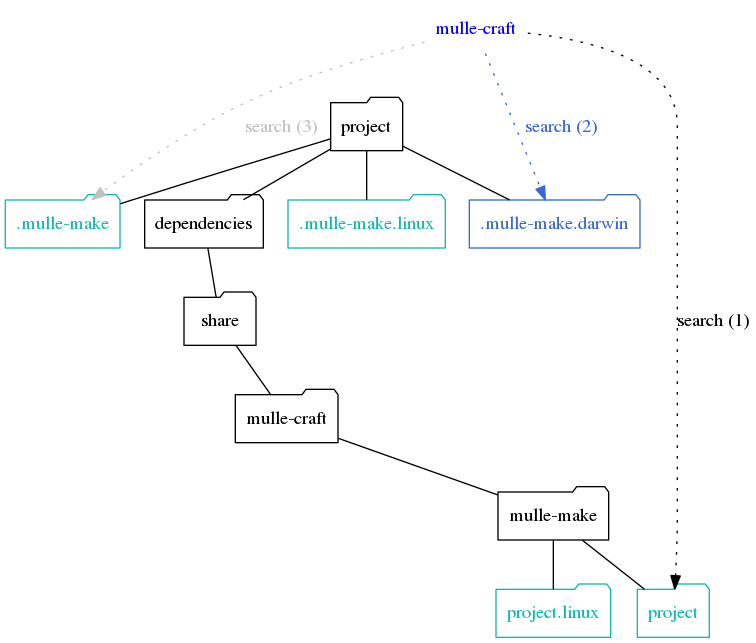
mulle-sde/mulle-craft keeps this Graphviz diagram as dox/searchpath.png. Above is the earlier version. Its source is kept beside it as dox/searchpath.dot.
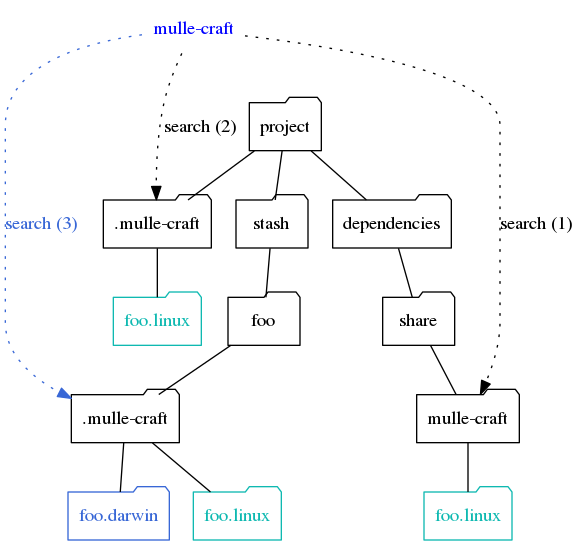
The same file after the commit.

Commit message:
* changed searchpath again, update dox a bit

Change to the diagram source:
```diff
@@ -5,16 +5,12 @@
 
     "mulle-craft"   [ shape="none", fontcolor="blue" ]
 
-    node[ shape=folder, color="black", fontcolor="black"];
-    "mulle-craft"  -> project [ style="invis" ]
-
     node[ shape=folder, color="#0fb9b1", fontcolor="#0fb9b1"];
 
-    ".mulle-make"
-    ".mulle-make.linux"
-    ".mulle-make.darwin" [ color="#3867d6", fontcolor="#3867d6"]
-    "project.info"    [ label="project" ]
-    "project.linux"
+    "foo1.linux"   [ label="foo.linux"]
+    "foo2.linux"   [ label="foo.linux"]
+    "foo2.darwin"  [ label="foo.darwin", fontcolor="#3867d6", color="#3867d6" ]
+    "foo3.linux"   [ label="foo.linux"]
 
     node[ shape=folder, color="#7f8c8d", fontcolor="#7f8c8d"];
     edge[ arrowhead="none", color="#7f8c8d"];
@@ -23,22 +19,29 @@
     edge[  arrowhead="none", color="black"];
     node[ shape=folder, color="black", fontcolor="black"];
 
-    "project"      -> ".mulle-make"
-    "project"      -> ".mulle-make.linux"
-    "project"      -> ".mulle-make.darwin"
+    "project"       -> "mulle-craft1"
+    "mulle-craft1"  -> "foo1.linux"
+    "mulle-craft1"   [ label=".mulle-craft"]
+
+    "project"       -> "stash"
+    "stash"         -> "foo2"
+    "foo2"      -> "mulle-craft2"
+    "mulle-craft2"  -> "foo2.linux"
+    "mulle-craft2"  -> "foo2.darwin"
+    "foo2"       [ label="foo"]
+    "mulle-craft2"   [ label=".mulle-craft"]
+
     "project"      -> "dependencies"
     "dependencies" -> "share"
-    "share"        -> "mulle-craft_dir"
-    "mulle-craft_dir" -> "mulle-make_dir"
-    "mulle-make_dir"  -> "project.info"
-    "mulle-make_dir"  -> "project.linux"
-
-    "mulle-make_dir"    [ label="mulle-make"]
-    "mulle-craft_dir"   [ label="mulle-craft"]
+    "share"        -> "mulle-craft3"
+    "mulle-craft3" -> "foo3.linux"
+    "mulle-craft3"  [ label="mulle-craft"]
 
     edge[ style="dotted", arrowhead=""]
 
-    "mulle-craft" -> "project.info"       [ label="search (1)" ]
-    "mulle-craft" -> ".mulle-make.darwin" [ label="search (2)", color="#3867d6", fontcolor="#3867d6"  ]
-    "mulle-craft" -> ".mulle-make"        [ label="search (3)", color="gray", fontcolor="gray" ]
+    "mulle-craft" -> "project"   [ style="invis" ]
+
+    "mulle-craft" -> "mulle-craft3"   [ label="search (1)" ]
+    "mulle-craft" -> "mulle-craft2"   [ label="search (3)", color="#3867d6", fontcolor="#3867d6"  ]
+    "mulle-craft" -> "mulle-craft1"   [ label="search (2)" ]
 }
```
